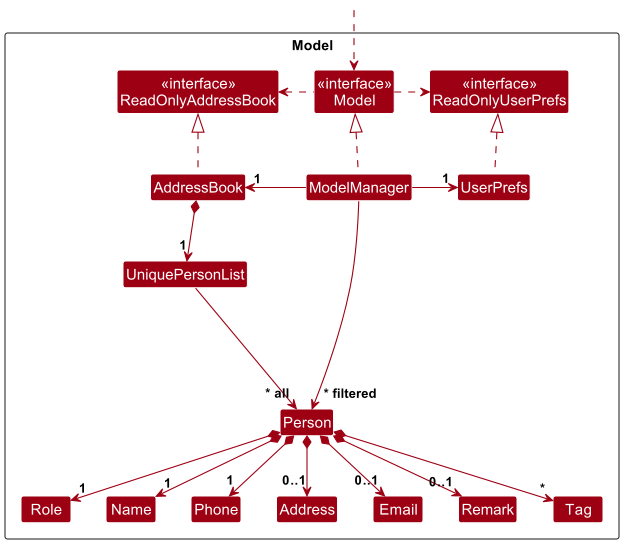
This is docs/images/ModelClassDiagram.png from AY2425S2-CS2103T-T12-2/tp, a PlantUML export, as it was before one commit. Its source is kept beside it as docs/diagrams/ModelClassDiagram.puml.
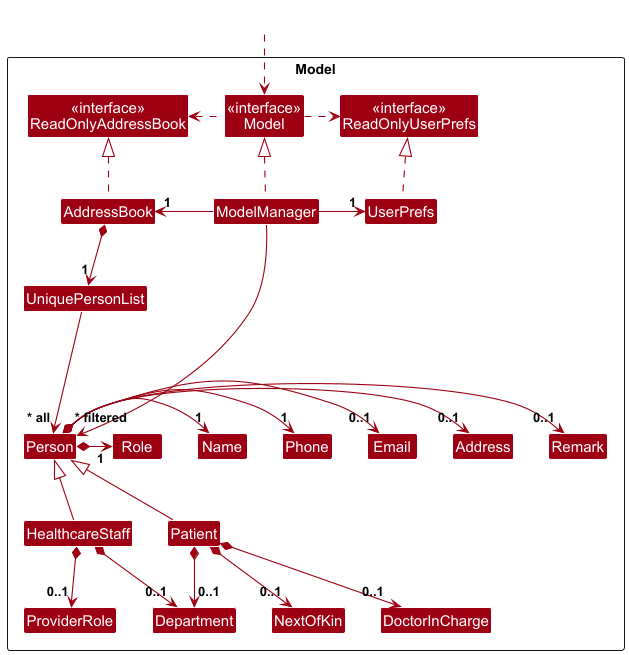
The same diagram one commit later.

Diff of the diagram source:
```diff
@@ -14,13 +14,18 @@
 
 Class UniquePersonList
 Class Person
+Class HealthcareStaff
+Class Patient
 Class Role
 Class Address
 Class Email
 Class Name
 Class Phone
 Class Remark
-Class Tag
+Class NextOfKin
+Class Department
+Class ProviderRole
+Class DoctorInCharge
 
 Class I #FFFFFF
 }
@@ -39,23 +44,32 @@
 
 AddressBook *--> "1" UniquePersonList
 UniquePersonList --> "~* all" Person
-Person <|.left. Patient
-Person <|.right. HealthcareStaff
-Person *--> "1" Name
-Person *--> "1" Phone
-Person *--> "1" Role
-Person *--> "0..1" Email
-Person *--> "0..1" Address
-Person *--> "0..1" Remark
-Person *--> "*" Tag
+Person <|-down- Patient
+Person <|-down- HealthcareStaff
+Person *-right-> "1" Name
+Person *-right-> "1" Phone
+Person *-right-> "1" Role
+Person *-right-> "0..1" Email
+Person *-right-> "0..1" Address
+Person *-right-> "0..1" Remark
+
+Patient *--> "0..1" NextOfKin
+Patient *--> "0..1" DoctorInCharge
+Patient *--> "0..1" Department
+
+HealthcareStaff *--> "0..1" ProviderRole
+HealthcareStaff *--> "0..1" Department
 
 Person -[hidden]up--> I
 UniquePersonList -[hidden]right-> I
 
-Role -[hidden]right-> Name
-Name -[hidden]right-> Phone
-Phone -[hidden]right-> Address
-Address -[hidden]right-> Email
+Patient -[hidden]left--> HealthcareStaff
+
+Role -[hidden]right--> Name
+Name -[hidden]right--> Phone
+Phone -[hidden]right--> Email
+Email -[hidden]right--> Address
+Address -[hidden]right--> Remark
 
 ModelManager --> "~* filtered" Person
 @enduml
```
